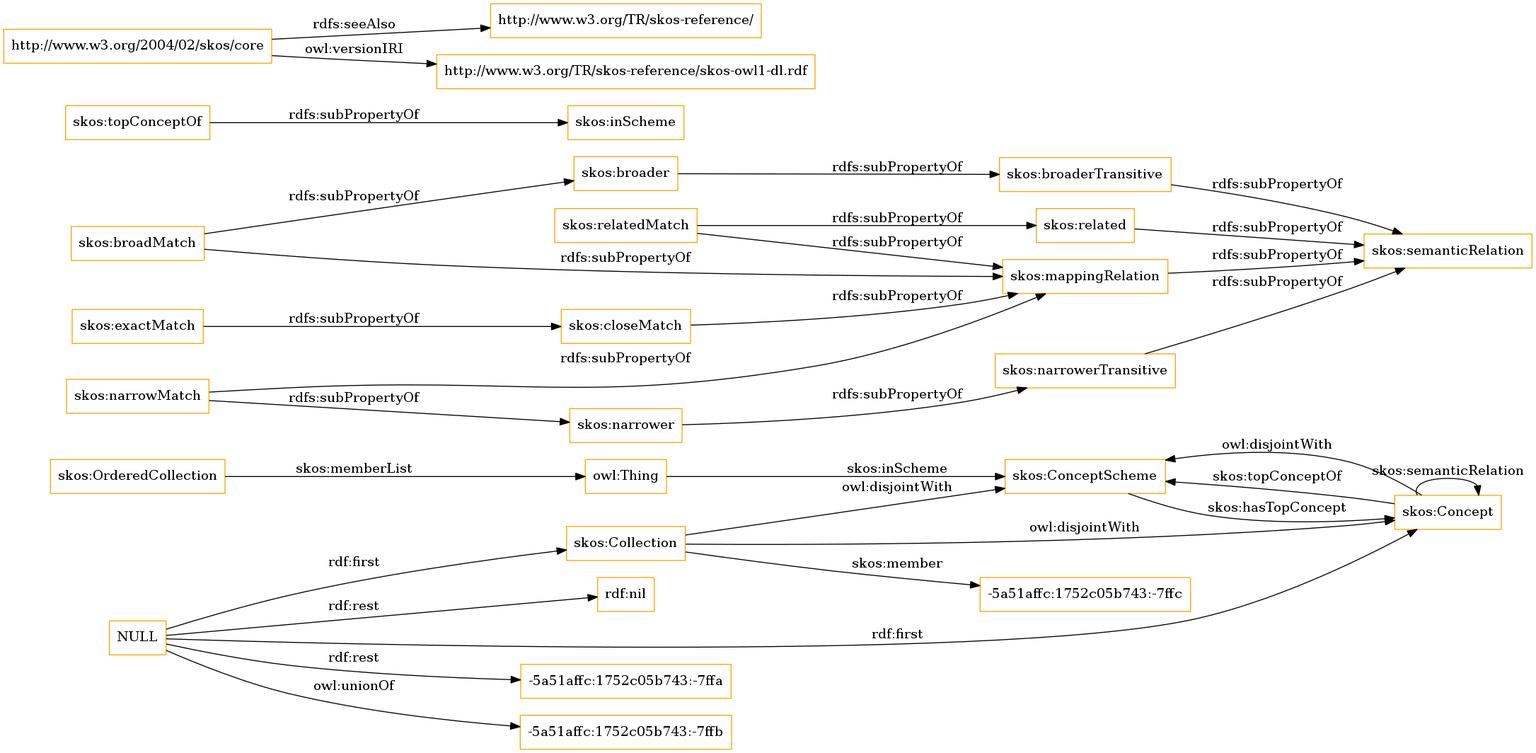
Earlier version of the Graphviz export OnToology/imports/skos.owl/diagrams/ar2dtool-class/skos.owl.png (OnToologyUser/core-ontology-1). Its source is kept beside it as OnToology/imports/skos.owl/diagrams/ar2dtool-class/skos.owl.png.dot.
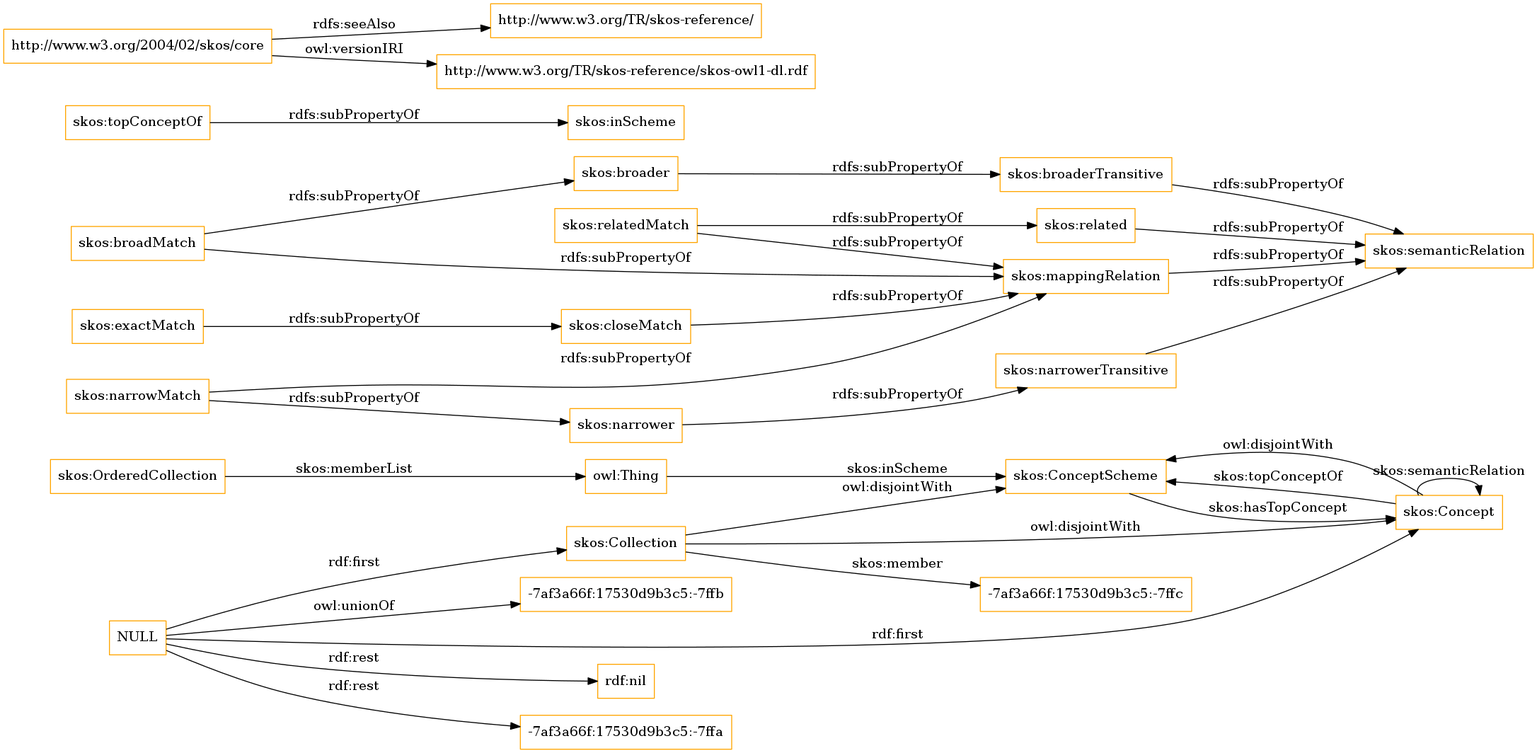
After the commit.

Change to the diagram source:
```diff
@@ -1,13 +1,13 @@
 digraph ar2dtool_diagram {
 rankdir=LR;
 size="1501"
-node [shape = rectangle, color="orange"]; "skos:OrderedCollection" "skos:ConceptScheme" "skos:Concept" "skos:Collection" "-5a51affc:1752c05b743:-7ffc" ; /*classes style*/
+node [shape = rectangle, color="orange"]; "skos:OrderedCollection" "skos:ConceptScheme" "skos:Concept" "skos:Collection" "-7af3a66f:17530d9b3c5:-7ffc" ; /*classes style*/
 	"skos:narrowerTransitive" -> "skos:semanticRelation" [ label = "rdfs:subPropertyOf" ];
-	"NULL" -> "-5a51affc:1752c05b743:-7ffa" [ label = "rdf:rest" ];
-	"NULL" -> "skos:Collection" [ label = "rdf:first" ];
-	"NULL" -> "-5a51affc:1752c05b743:-7ffb" [ label = "owl:unionOf" ];
 	"NULL" -> "rdf:nil" [ label = "rdf:rest" ];
 	"NULL" -> "skos:Concept" [ label = "rdf:first" ];
+	"NULL" -> "-7af3a66f:17530d9b3c5:-7ffa" [ label = "rdf:rest" ];
+	"NULL" -> "skos:Collection" [ label = "rdf:first" ];
+	"NULL" -> "-7af3a66f:17530d9b3c5:-7ffb" [ label = "owl:unionOf" ];
 	"skos:closeMatch" -> "skos:mappingRelation" [ label = "rdfs:subPropertyOf" ];
 	"skos:Concept" -> "skos:ConceptScheme" [ label = "owl:disjointWith" ];
 	"skos:relatedMatch" -> "skos:related" [ label = "rdfs:subPropertyOf" ];
@@ -30,7 +30,7 @@
 	"skos:OrderedCollection" -> "owl:Thing" [ label = "skos:memberList" ];
 	"skos:Concept" -> "skos:ConceptScheme" [ label = "skos:topConceptOf" ];
 	"skos:Concept" -> "skos:Concept" [ label = "skos:semanticRelation" ];
-	"skos:Collection" -> "-5a51affc:1752c05b743:-7ffc" [ label = "skos:member" ];
+	"skos:Collection" -> "-7af3a66f:17530d9b3c5:-7ffc" [ label = "skos:member" ];
 	"skos:ConceptScheme" -> "skos:Concept" [ label = "skos:hasTopConcept" ];
 	"owl:Thing" -> "skos:ConceptScheme" [ label = "skos:inScheme" ];
 
```
